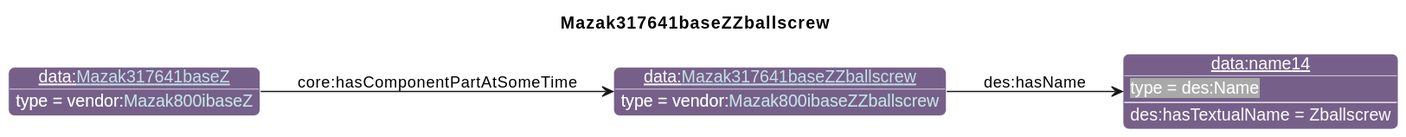
iofoundry/example-syseng-mtconnect keeps this PlantUML diagram as diagrams/Mazak317641baseZZballscrew.svg. Above is the earlier version. Source of this version:
```plantuml
@startuml
!include ../iof.iuml

<style>
object {
  HyperlinkColor #C4E1E6
}
</style>

left to right direction
skinparam linetype polyline
title Mazak317641baseZZballscrew

!$default_direction = down

!$namespace_colors = { "bfo":"DFA702",
                      "iof":"1E90FF",
                      "ns":"Green",
                      "ns1":"76608A",
                      "core":"000000",
                      "ex":"Green",
                      "data":"76608A",
                      "vendor":"76608A",
                      "units":"8A2D3B",
                      "cmns-dsg":"3A0519",
                      "qp":"641B2E"
      }
individual(o0, data:[[./Mazak317641baseZZballscrew.html Mazak317641baseZZballscrew]], vendor:[[../Mazak.html#Mazak800ibaseZZballscrew Mazak800ibaseZZballscrew]])
individual(o1, data:name14, des:Name)
individual(o2, data:[[./Mazak317641baseZ.html Mazak317641baseZ]], vendor:[[../Mazak.html#Mazak800ibaseZ Mazak800ibaseZ]])
property(o0, "des:hasName", o1)
data(o1, "des:hasTextualName", "Zballscrew")
property(o2, "core:hasComponentPartAtSomeTime", o0)
@enduml
```
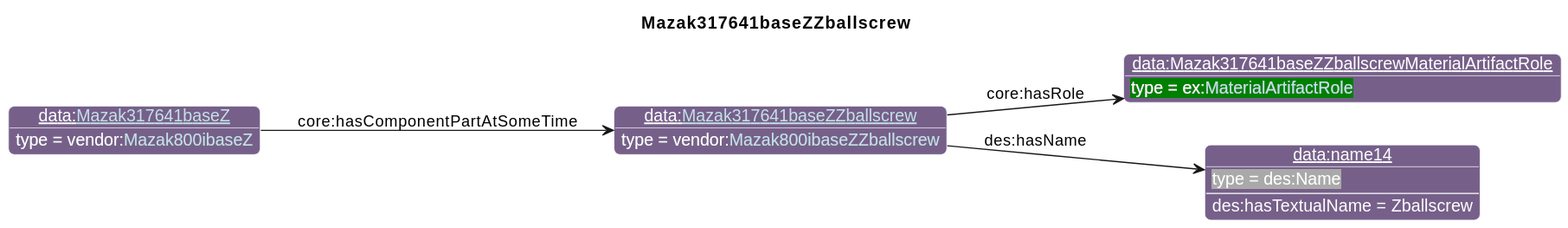
After the commit.

Diff of the diagram source:
```diff
@@ -26,9 +26,11 @@
                       "qp":"641B2E"
       }
 individual(o0, data:[[./Mazak317641baseZZballscrew.html Mazak317641baseZZballscrew]], vendor:[[../Mazak.html#Mazak800ibaseZZballscrew Mazak800ibaseZZballscrew]])
-individual(o1, data:name14, des:Name)
-individual(o2, data:[[./Mazak317641baseZ.html Mazak317641baseZ]], vendor:[[../Mazak.html#Mazak800ibaseZ Mazak800ibaseZ]])
-property(o0, "des:hasName", o1)
-data(o1, "des:hasTextualName", "Zballscrew")
-property(o2, "core:hasComponentPartAtSomeTime", o0)
+individual(o1, data:Mazak317641baseZZballscrewMaterialArtifactRole, ex:[[../Example.html#MaterialArtifactRole MaterialArtifactRole]])
+individual(o2, data:name14, des:Name)
+individual(o3, data:[[./Mazak317641baseZ.html Mazak317641baseZ]], vendor:[[../Mazak.html#Mazak800ibaseZ Mazak800ibaseZ]])
+property(o0, "core:hasRole", o1)
+property(o0, "des:hasName", o2)
+data(o2, "des:hasTextualName", "Zballscrew")
+property(o3, "core:hasComponentPartAtSomeTime", o0)
 @enduml
```
